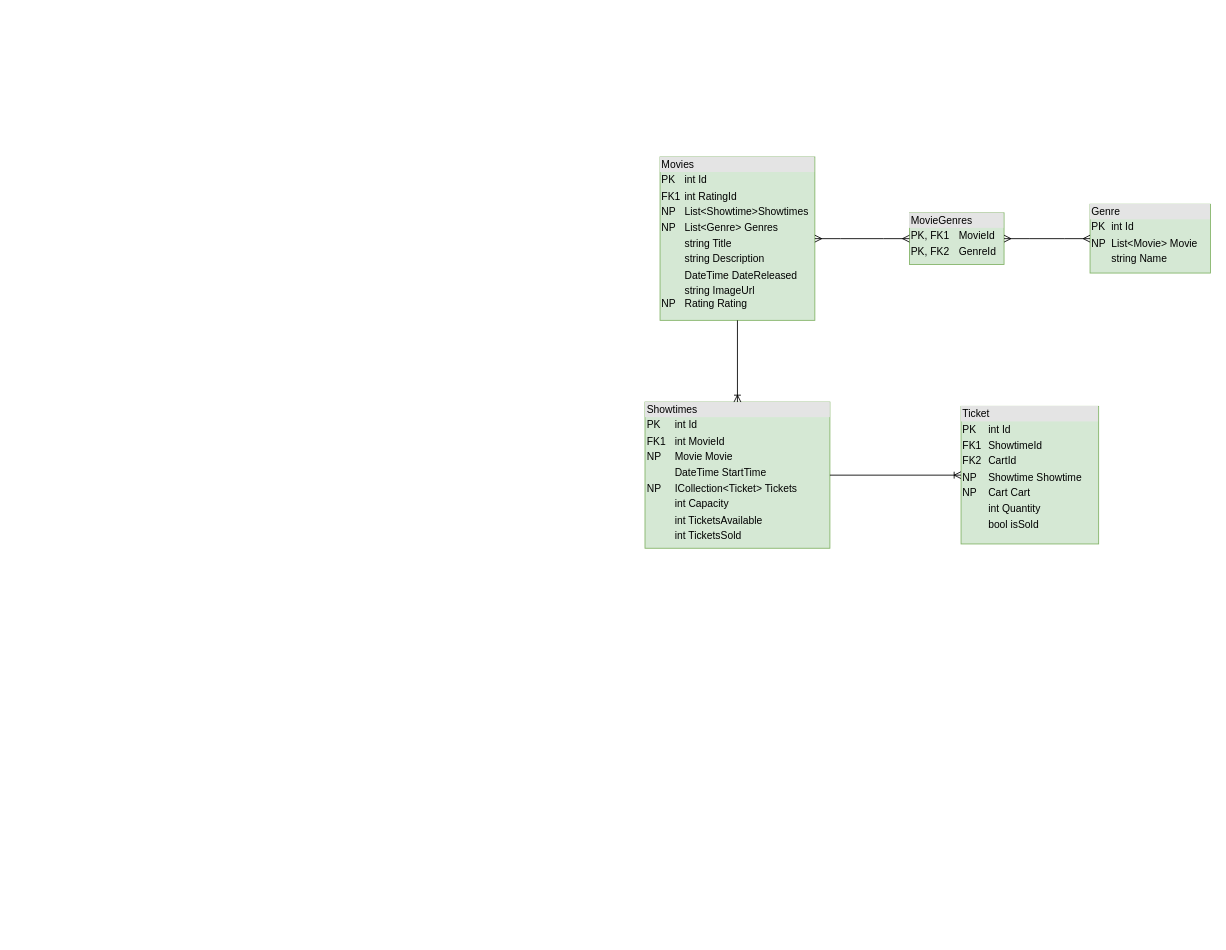
Earlier version of the draw.io diagram CM.API/Untitled Diagram.drawio (Jackson-Williams-15/CockyMovies). Source tidied: cells renumbered, new cells numbered last; positions are measured from the earlier drawing's top-left corner, leaving out a move shared by most shapes. Both pictures are drawn from the tidied source at 86%, with x=0, y=0 at pixel (644, 157).
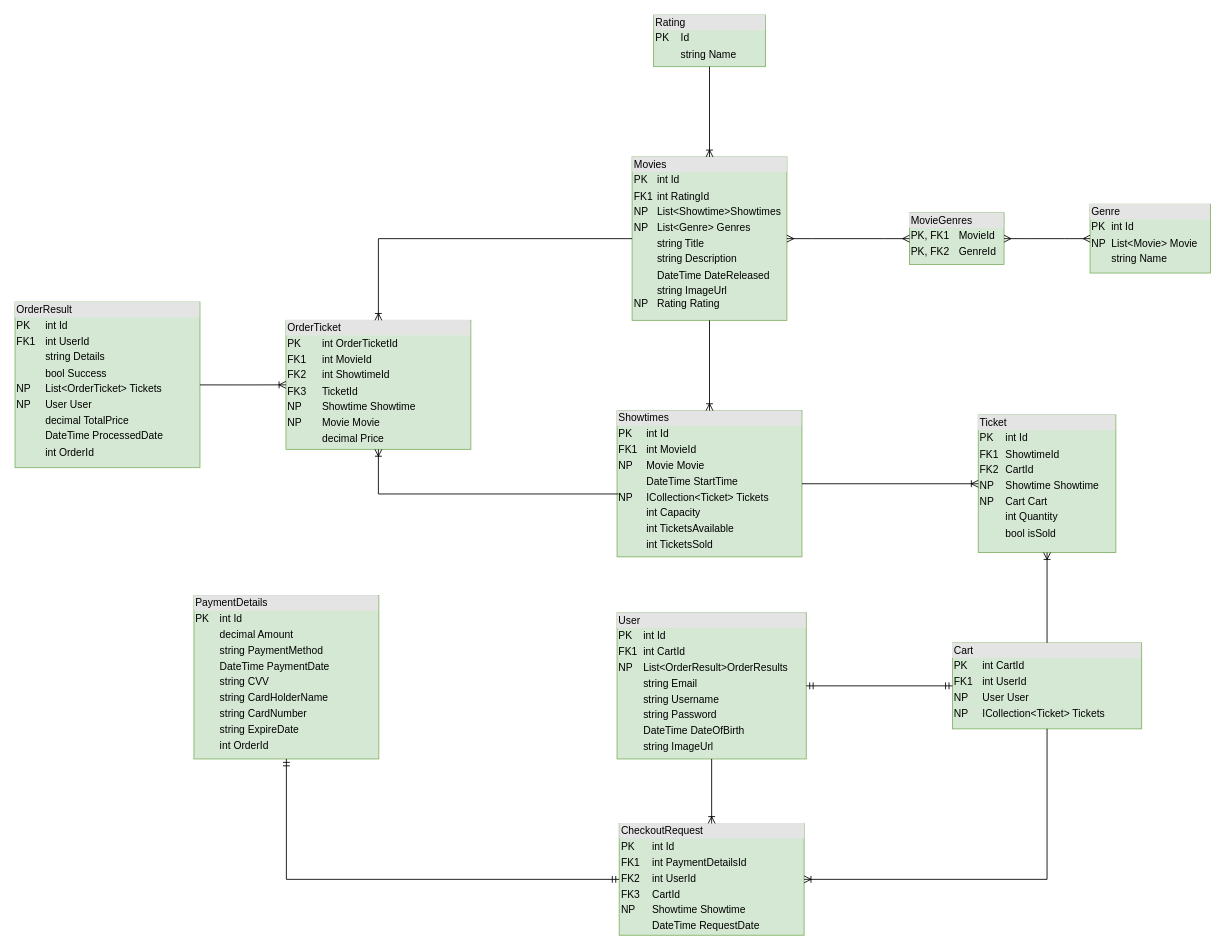
The same page after the edit.

What changed in the source:
```diff
@@
     <mxCell id="2" value="&lt;div style=&quot;box-sizing:border-box;width:100%;background:#e4e4e4;padding:2px;&quot;&gt;Movies&lt;/div&gt;&lt;table style=&quot;width:100%;font-size:1em;&quot; cellpadding=&quot;2&quot; cellspacing=&quot;0&quot;&gt;&lt;tbody&gt;&lt;tr&gt;&lt;td&gt;PK&lt;/td&gt;&lt;td&gt;int Id&lt;/td&gt;&lt;/tr&gt;&lt;tr&gt;&lt;td&gt;FK1&lt;/td&gt;&lt;td&gt;int RatingId&lt;/td&gt;&lt;/tr&gt;&lt;tr&gt;&lt;td&gt;NP&lt;/td&gt;&lt;td&gt;List&amp;lt;Showtime&amp;gt;Showtimes&lt;/td&gt;&lt;/tr&gt;&lt;tr&gt;&lt;td&gt;NP&lt;/td&gt;&lt;td&gt;List&amp;lt;Genre&amp;gt; Genres&lt;/td&gt;&lt;/tr&gt;&lt;tr&gt;&lt;td&gt;&lt;br&gt;&lt;/td&gt;&lt;td&gt;string Title&lt;/td&gt;&lt;/tr&gt;&lt;tr&gt;&lt;td&gt;&lt;br&gt;&lt;/td&gt;&lt;td&gt;string Description&lt;/td&gt;&lt;/tr&gt;&lt;tr&gt;&lt;td&gt;&lt;br&gt;&lt;/td&gt;&lt;td&gt;DateTime DateReleased&lt;/td&gt;&lt;/tr&gt;&lt;tr&gt;&lt;td&gt;NP&lt;/td&gt;&lt;td&gt;string ImageUrl&lt;br&gt;Rating Rating&lt;br&gt;&lt;br&gt;&lt;/td&gt;&lt;/tr&gt;&lt;/tbody&gt;&lt;/table&gt;" style="verticalAlign=top;align=left;overflow=fill;html=1;whiteSpace=wrap;fillColor=#d5e8d4;strokeColor=#82b366;" parent="1" vertex="1">
-      <mxGeometry x="18" width="180" height="190" as="geometry" />
+      <mxGeometry x="-14.5" width="180" height="190" as="geometry" />
     </mxCell>
     <mxCell id="3" value="&lt;div style=&quot;box-sizing:border-box;width:100%;background:#e4e4e4;padding:2px;&quot;&gt;Showtimes&lt;/div&gt;&lt;table style=&quot;width:100%;font-size:1em;&quot; cellpadding=&quot;2&quot; cellspacing=&quot;0&quot;&gt;&lt;tbody&gt;&lt;tr&gt;&lt;td&gt;PK&lt;/td&gt;&lt;td&gt;int Id&lt;/td&gt;&lt;/tr&gt;&lt;tr&gt;&lt;td&gt;FK1&lt;/td&gt;&lt;td&gt;int MovieId&lt;/td&gt;&lt;/tr&gt;&lt;tr&gt;&lt;td&gt;NP&lt;/td&gt;&lt;td&gt;Movie Movie&lt;/td&gt;&lt;/tr&gt;&lt;tr&gt;&lt;td&gt;&lt;br&gt;&lt;/td&gt;&lt;td&gt;DateTime StartTime&lt;/td&gt;&lt;/tr&gt;&lt;tr&gt;&lt;td&gt;NP&lt;/td&gt;&lt;td&gt;ICollection&amp;lt;Ticket&amp;gt; Tickets&lt;/td&gt;&lt;/tr&gt;&lt;tr&gt;&lt;td&gt;&lt;br&gt;&lt;/td&gt;&lt;td&gt;int Capacity&lt;/td&gt;&lt;/tr&gt;&lt;tr&gt;&lt;td&gt;&lt;br&gt;&lt;/td&gt;&lt;td&gt;int TicketsAvailable&lt;/td&gt;&lt;/tr&gt;&lt;tr&gt;&lt;td&gt;&lt;br&gt;&lt;/td&gt;&lt;td&gt;int TicketsSold&lt;/td&gt;&lt;/tr&gt;&lt;/tbody&gt;&lt;/table&gt;" style="verticalAlign=top;align=left;overflow=fill;html=1;whiteSpace=wrap;fillColor=#d5e8d4;strokeColor=#82b366;" parent="1" vertex="1">
-      <mxGeometry x="0.5" y="285" width="215" height="170" as="geometry" />
+      <mxGeometry x="-32" y="295" width="215" height="170" as="geometry" />
     </mxCell>
@@
     <mxCell id="9" value="&lt;div style=&quot;box-sizing:border-box;width:100%;background:#e4e4e4;padding:2px;&quot;&gt;Ticket&lt;/div&gt;&lt;table style=&quot;width:100%;font-size:1em;&quot; cellpadding=&quot;2&quot; cellspacing=&quot;0&quot;&gt;&lt;tbody&gt;&lt;tr&gt;&lt;td&gt;PK&lt;/td&gt;&lt;td&gt;int Id&lt;/td&gt;&lt;/tr&gt;&lt;tr&gt;&lt;td&gt;FK1&lt;/td&gt;&lt;td&gt;ShowtimeId&lt;/td&gt;&lt;/tr&gt;&lt;tr&gt;&lt;td&gt;FK2&lt;/td&gt;&lt;td&gt;CartId&lt;/td&gt;&lt;/tr&gt;&lt;tr&gt;&lt;td&gt;NP&lt;/td&gt;&lt;td&gt;Showtime Showtime&lt;/td&gt;&lt;/tr&gt;&lt;tr&gt;&lt;td&gt;NP&lt;/td&gt;&lt;td&gt;Cart Cart&lt;/td&gt;&lt;/tr&gt;&lt;tr&gt;&lt;td&gt;&lt;br&gt;&lt;/td&gt;&lt;td&gt;int Quantity&lt;/td&gt;&lt;/tr&gt;&lt;tr&gt;&lt;td&gt;&lt;br&gt;&lt;/td&gt;&lt;td&gt;bool isSold&lt;/td&gt;&lt;/tr&gt;&lt;/tbody&gt;&lt;/table&gt;" style="verticalAlign=top;align=left;overflow=fill;html=1;whiteSpace=wrap;fillColor=#d5e8d4;strokeColor=#82b366;" parent="1" vertex="1">
-      <mxGeometry x="368" y="290" width="160" height="160" as="geometry" />
+      <mxGeometry x="388" y="300" width="160" height="160" as="geometry" />
     </mxCell>
@@
+    <mxCell id="11" value="&lt;div style=&quot;box-sizing:border-box;width:100%;background:#e4e4e4;padding:2px;&quot;&gt;Cart&lt;/div&gt;&lt;table style=&quot;width:100%;font-size:1em;&quot; cellpadding=&quot;2&quot; cellspacing=&quot;0&quot;&gt;&lt;tbody&gt;&lt;tr&gt;&lt;td&gt;PK&lt;/td&gt;&lt;td&gt;int CartId&lt;/td&gt;&lt;/tr&gt;&lt;tr&gt;&lt;td&gt;FK1&lt;/td&gt;&lt;td&gt;int UserId&lt;/td&gt;&lt;/tr&gt;&lt;tr&gt;&lt;td&gt;NP&lt;/td&gt;&lt;td&gt;User User&lt;/td&gt;&lt;/tr&gt;&lt;tr&gt;&lt;td&gt;NP&lt;/td&gt;&lt;td&gt;ICollection&amp;lt;Ticket&amp;gt; Tickets&lt;/td&gt;&lt;/tr&gt;&lt;tr&gt;&lt;td&gt;&lt;br&gt;&lt;/td&gt;&lt;td&gt;&lt;/td&gt;&lt;/tr&gt;&lt;tr&gt;&lt;td&gt;&lt;br&gt;&lt;/td&gt;&lt;td&gt;&lt;br&gt;&lt;br&gt;&lt;/td&gt;&lt;/tr&gt;&lt;/tbody&gt;&lt;/table&gt;" style="verticalAlign=top;align=left;overflow=fill;html=1;whiteSpace=wrap;fillColor=#d5e8d4;strokeColor=#82b366;" parent="1" vertex="1">
+      <mxGeometry x="358" y="565" width="220" height="100" as="geometry" />
+    </mxCell>
+    <mxCell id="12" value="&lt;div style=&quot;box-sizing:border-box;width:100%;background:#e4e4e4;padding:2px;&quot;&gt;User&lt;/div&gt;&lt;table style=&quot;width:100%;font-size:1em;&quot; cellpadding=&quot;2&quot; cellspacing=&quot;0&quot;&gt;&lt;tbody&gt;&lt;tr&gt;&lt;td&gt;PK&lt;/td&gt;&lt;td&gt;int Id&lt;/td&gt;&lt;/tr&gt;&lt;tr&gt;&lt;td&gt;FK1&lt;/td&gt;&lt;td&gt;int CartId&lt;/td&gt;&lt;/tr&gt;&lt;tr&gt;&lt;td&gt;NP&lt;/td&gt;&lt;td&gt;List&amp;lt;OrderResult&amp;gt;OrderResults&lt;/td&gt;&lt;/tr&gt;&lt;tr&gt;&lt;td&gt;&lt;br&gt;&lt;/td&gt;&lt;td&gt;string Email&lt;/td&gt;&lt;/tr&gt;&lt;tr&gt;&lt;td&gt;&lt;br&gt;&lt;/td&gt;&lt;td&gt;string Username&lt;/td&gt;&lt;/tr&gt;&lt;tr&gt;&lt;td&gt;&lt;br&gt;&lt;/td&gt;&lt;td&gt;string Password&lt;/td&gt;&lt;/tr&gt;&lt;tr&gt;&lt;td&gt;&lt;br&gt;&lt;/td&gt;&lt;td&gt;DateTime DateOfBirth&lt;/td&gt;&lt;/tr&gt;&lt;tr&gt;&lt;td&gt;&lt;br&gt;&lt;/td&gt;&lt;td&gt;string ImageUrl&lt;br&gt;&lt;br&gt;&lt;/td&gt;&lt;/tr&gt;&lt;/tbody&gt;&lt;/table&gt;" style="verticalAlign=top;align=left;overflow=fill;html=1;whiteSpace=wrap;fillColor=#d5e8d4;strokeColor=#82b366;" parent="1" vertex="1">
+      <mxGeometry x="-32" y="530" width="220" height="170" as="geometry" />
+    </mxCell>
+    <mxCell id="13" style="edgeStyle=orthogonalEdgeStyle;fontSize=12;html=1;endArrow=ERoneToMany;rounded=0;entryX=0.5;entryY=1;entryDx=0;entryDy=0;exitX=0.5;exitY=0;exitDx=0;exitDy=0;" parent="1" edge="1" source="11" target="9">
+      <mxGeometry relative="1" as="geometry" />
+    </mxCell>
+    <mxCell id="14" value="&lt;div style=&quot;box-sizing:border-box;width:100%;background:#e4e4e4;padding:2px;&quot;&gt;OrderTicket&lt;/div&gt;&lt;table style=&quot;width:100%;font-size:1em;&quot; cellpadding=&quot;2&quot; cellspacing=&quot;0&quot;&gt;&lt;tbody&gt;&lt;tr&gt;&lt;td&gt;PK&lt;/td&gt;&lt;td&gt;int OrderTicketId&lt;/td&gt;&lt;/tr&gt;&lt;tr&gt;&lt;td&gt;FK1&lt;/td&gt;&lt;td&gt;int MovieId&lt;/td&gt;&lt;/tr&gt;&lt;tr&gt;&lt;td&gt;FK2&lt;/td&gt;&lt;td&gt;int ShowtimeId&lt;/td&gt;&lt;/tr&gt;&lt;tr&gt;&lt;td&gt;FK3&lt;/td&gt;&lt;td&gt;TicketId&lt;/td&gt;&lt;/tr&gt;&lt;tr&gt;&lt;td&gt;NP&lt;/td&gt;&lt;td&gt;Showtime Showtime&lt;/td&gt;&lt;/tr&gt;&lt;tr&gt;&lt;td&gt;NP&lt;/td&gt;&lt;td&gt;Movie Movie&lt;/td&gt;&lt;/tr&gt;&lt;tr&gt;&lt;td&gt;&lt;br&gt;&lt;/td&gt;&lt;td&gt;decimal Price&lt;/td&gt;&lt;/tr&gt;&lt;tr&gt;&lt;td&gt;&lt;br&gt;&lt;/td&gt;&lt;td&gt;&lt;br&gt;&lt;/td&gt;&lt;/tr&gt;&lt;/tbody&gt;&lt;/table&gt;" style="verticalAlign=top;align=left;overflow=fill;html=1;whiteSpace=wrap;fillColor=#d5e8d4;strokeColor=#82b366;" parent="1" vertex="1">
+      <mxGeometry x="-417" y="190" width="215" height="150" as="geometry" />
+    </mxCell>
+    <mxCell id="15" style="edgeStyle=orthogonalEdgeStyle;fontSize=12;html=1;endArrow=ERoneToMany;rounded=0;entryX=0.5;entryY=0;entryDx=0;entryDy=0;exitX=0;exitY=0.5;exitDx=0;exitDy=0;" parent="1" edge="1" source="2" target="14">
+      <mxGeometry relative="1" as="geometry" />
+    </mxCell>
+    <mxCell id="16" style="edgeStyle=orthogonalEdgeStyle;fontSize=12;html=1;endArrow=ERoneToMany;rounded=0;entryX=0.5;entryY=1;entryDx=0;entryDy=0;exitX=0.008;exitY=0.57;exitDx=0;exitDy=0;exitPerimeter=0;" parent="1" edge="1" source="3" target="14">
+      <mxGeometry relative="1" as="geometry" />
+    </mxCell>
+    <mxCell id="17" style="fontSize=12;html=1;endArrow=ERmandOne;startArrow=ERmandOne;rounded=0;entryX=0;entryY=0.5;entryDx=0;entryDy=0;exitX=1;exitY=0.5;exitDx=0;exitDy=0;" parent="1" edge="1" source="12" target="11">
+      <mxGeometry relative="1" as="geometry" />
+    </mxCell>
+    <mxCell id="18" value="&lt;div style=&quot;box-sizing:border-box;width:100%;background:#e4e4e4;padding:2px;&quot;&gt;OrderResult&lt;/div&gt;&lt;table style=&quot;width:100%;font-size:1em;&quot; cellpadding=&quot;2&quot; cellspacing=&quot;0&quot;&gt;&lt;tbody&gt;&lt;tr&gt;&lt;td&gt;PK&lt;/td&gt;&lt;td&gt;int Id&lt;/td&gt;&lt;/tr&gt;&lt;tr&gt;&lt;td&gt;FK1&lt;/td&gt;&lt;td&gt;int UserId&lt;/td&gt;&lt;/tr&gt;&lt;tr&gt;&lt;td&gt;&lt;br&gt;&lt;/td&gt;&lt;td&gt;string Details&lt;/td&gt;&lt;/tr&gt;&lt;tr&gt;&lt;td&gt;&lt;br&gt;&lt;/td&gt;&lt;td&gt;bool Success&lt;/td&gt;&lt;/tr&gt;&lt;tr&gt;&lt;td&gt;NP&lt;/td&gt;&lt;td&gt;List&amp;lt;OrderTicket&amp;gt; Tickets&lt;/td&gt;&lt;/tr&gt;&lt;tr&gt;&lt;td&gt;NP&lt;/td&gt;&lt;td&gt;User User&lt;/td&gt;&lt;/tr&gt;&lt;tr&gt;&lt;td&gt;&lt;br&gt;&lt;/td&gt;&lt;td&gt;decimal TotalPrice&lt;/td&gt;&lt;/tr&gt;&lt;tr&gt;&lt;td&gt;&lt;br&gt;&lt;/td&gt;&lt;td&gt;DateTime ProcessedDate&lt;/td&gt;&lt;/tr&gt;&lt;tr&gt;&lt;td&gt;&lt;br&gt;&lt;/td&gt;&lt;td&gt;int OrderId&lt;/td&gt;&lt;/tr&gt;&lt;/tbody&gt;&lt;/table&gt;" style="verticalAlign=top;align=left;overflow=fill;html=1;whiteSpace=wrap;fillColor=#d5e8d4;strokeColor=#82b366;" parent="1" vertex="1">
+      <mxGeometry x="-732" y="168.8" width="215" height="192.5" as="geometry" />
+    </mxCell>
+    <mxCell id="19" style="edgeStyle=orthogonalEdgeStyle;fontSize=12;html=1;endArrow=ERoneToMany;rounded=0;exitX=1;exitY=0.5;exitDx=0;exitDy=0;entryX=0;entryY=0.5;entryDx=0;entryDy=0;" parent="1" edge="1" source="18" target="14">
+      <mxGeometry relative="1" as="geometry" />
+    </mxCell>
+    <mxCell id="20" value="&lt;div style=&quot;box-sizing:border-box;width:100%;background:#e4e4e4;padding:2px;&quot;&gt;Rating&lt;/div&gt;&lt;table style=&quot;width:100%;font-size:1em;&quot; cellpadding=&quot;2&quot; cellspacing=&quot;0&quot;&gt;&lt;tbody&gt;&lt;tr&gt;&lt;td&gt;PK&lt;/td&gt;&lt;td&gt;Id&lt;/td&gt;&lt;/tr&gt;&lt;tr&gt;&lt;td&gt;&lt;br&gt;&lt;/td&gt;&lt;td&gt;string Name&lt;/td&gt;&lt;/tr&gt;&lt;tr&gt;&lt;td&gt;&lt;br&gt;&lt;/td&gt;&lt;td&gt;&lt;/td&gt;&lt;/tr&gt;&lt;tr&gt;&lt;td&gt;&lt;br&gt;&lt;/td&gt;&lt;td&gt;&lt;/td&gt;&lt;/tr&gt;&lt;/tbody&gt;&lt;/table&gt;" style="verticalAlign=top;align=left;overflow=fill;html=1;whiteSpace=wrap;fillColor=#d5e8d4;strokeColor=#82b366;" parent="1" vertex="1">
+      <mxGeometry x="10.5" y="-165" width="130" height="60" as="geometry" />
+    </mxCell>
+    <mxCell id="21" style="edgeStyle=orthogonalEdgeStyle;fontSize=12;html=1;endArrow=ERoneToMany;rounded=0;entryX=0.5;entryY=0;entryDx=0;entryDy=0;exitX=0.5;exitY=1;exitDx=0;exitDy=0;" parent="1" edge="1" source="20" target="2">
+      <mxGeometry relative="1" as="geometry" />
+    </mxCell>
+    <mxCell id="22" value="&lt;div style=&quot;box-sizing:border-box;width:100%;background:#e4e4e4;padding:2px;&quot;&gt;CheckoutRequest&lt;/div&gt;&lt;table style=&quot;width:100%;font-size:1em;&quot; cellpadding=&quot;2&quot; cellspacing=&quot;0&quot;&gt;&lt;tbody&gt;&lt;tr&gt;&lt;td&gt;PK&lt;/td&gt;&lt;td&gt;int Id&lt;/td&gt;&lt;/tr&gt;&lt;tr&gt;&lt;td&gt;FK1&lt;/td&gt;&lt;td&gt;int PaymentDetailsId&lt;/td&gt;&lt;/tr&gt;&lt;tr&gt;&lt;td&gt;FK2&lt;/td&gt;&lt;td&gt;int UserId&lt;/td&gt;&lt;/tr&gt;&lt;tr&gt;&lt;td&gt;FK3&lt;/td&gt;&lt;td&gt;CartId&lt;/td&gt;&lt;/tr&gt;&lt;tr&gt;&lt;td&gt;NP&lt;/td&gt;&lt;td&gt;Showtime Showtime&lt;/td&gt;&lt;/tr&gt;&lt;tr&gt;&lt;td&gt;&lt;br&gt;&lt;/td&gt;&lt;td&gt;DateTime RequestDate&lt;/td&gt;&lt;/tr&gt;&lt;tr&gt;&lt;td&gt;&lt;br&gt;&lt;/td&gt;&lt;td&gt;&lt;br&gt;&lt;/td&gt;&lt;/tr&gt;&lt;tr&gt;&lt;td&gt;&lt;br&gt;&lt;/td&gt;&lt;td&gt;&lt;br&gt;&lt;/td&gt;&lt;/tr&gt;&lt;/tbody&gt;&lt;/table&gt;" style="verticalAlign=top;align=left;overflow=fill;html=1;whiteSpace=wrap;fillColor=#d5e8d4;strokeColor=#82b366;" parent="1" vertex="1">
+      <mxGeometry x="-29.5" y="775" width="215" height="130" as="geometry" />
+    </mxCell>
+    <mxCell id="23" value="&lt;div style=&quot;box-sizing:border-box;width:100%;background:#e4e4e4;padding:2px;&quot;&gt;PaymentDetails&lt;/div&gt;&lt;table style=&quot;width:100%;font-size:1em;&quot; cellpadding=&quot;2&quot; cellspacing=&quot;0&quot;&gt;&lt;tbody&gt;&lt;tr&gt;&lt;td&gt;PK&lt;/td&gt;&lt;td&gt;int Id&lt;/td&gt;&lt;/tr&gt;&lt;tr&gt;&lt;td&gt;&lt;br&gt;&lt;/td&gt;&lt;td&gt;decimal Amount&lt;/td&gt;&lt;/tr&gt;&lt;tr&gt;&lt;td&gt;&lt;br&gt;&lt;/td&gt;&lt;td&gt;string PaymentMethod&lt;/td&gt;&lt;/tr&gt;&lt;tr&gt;&lt;td&gt;&lt;br&gt;&lt;/td&gt;&lt;td&gt;DateTime PaymentDate&lt;/td&gt;&lt;/tr&gt;&lt;tr&gt;&lt;td&gt;&lt;br&gt;&lt;/td&gt;&lt;td&gt;string CVV&lt;/td&gt;&lt;/tr&gt;&lt;tr&gt;&lt;td&gt;&lt;br&gt;&lt;/td&gt;&lt;td&gt;string CardHolderName&lt;/td&gt;&lt;/tr&gt;&lt;tr&gt;&lt;td&gt;&lt;br&gt;&lt;/td&gt;&lt;td&gt;string CardNumber&lt;/td&gt;&lt;/tr&gt;&lt;tr&gt;&lt;td&gt;&lt;br&gt;&lt;/td&gt;&lt;td&gt;string ExpireDate&lt;/td&gt;&lt;/tr&gt;&lt;tr&gt;&lt;td&gt;&lt;br&gt;&lt;/td&gt;&lt;td&gt;int OrderId&lt;/td&gt;&lt;/tr&gt;&lt;/tbody&gt;&lt;/table&gt;" style="verticalAlign=top;align=left;overflow=fill;html=1;whiteSpace=wrap;fillColor=#d5e8d4;strokeColor=#82b366;" parent="1" vertex="1">
+      <mxGeometry x="-524" y="510" width="215" height="190" as="geometry" />
+    </mxCell>
+    <mxCell id="24" style="edgeStyle=orthogonalEdgeStyle;fontSize=12;html=1;endArrow=ERoneToMany;rounded=0;exitX=0.5;exitY=1;exitDx=0;exitDy=0;entryX=1;entryY=0.5;entryDx=0;entryDy=0;" parent="1" edge="1" source="11" target="22">
+      <mxGeometry relative="1" as="geometry" />
+    </mxCell>
+    <mxCell id="25" style="edgeStyle=orthogonalEdgeStyle;fontSize=12;html=1;endArrow=ERoneToMany;rounded=0;exitX=0.5;exitY=1;exitDx=0;exitDy=0;entryX=0.5;entryY=0;entryDx=0;entryDy=0;" parent="1" edge="1" source="12" target="22">
+      <mxGeometry relative="1" as="geometry" />
+    </mxCell>
+    <mxCell id="26" style="edgeStyle=orthogonalEdgeStyle;fontSize=12;html=1;endArrow=ERmandOne;startArrow=ERmandOne;rounded=0;entryX=0.5;entryY=1;entryDx=0;entryDy=0;exitX=0;exitY=0.5;exitDx=0;exitDy=0;" parent="1" edge="1" source="22" target="23">
+      <mxGeometry relative="1" as="geometry" />
+    </mxCell>
```
